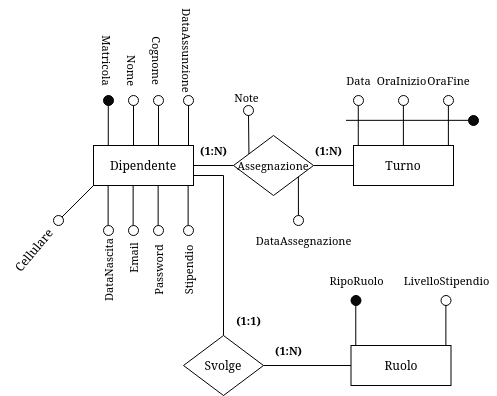
Earlier version of the draw.io export fase_due/images/rifinitura_dipendente.png (IonutZbir/ProgettoDatabase). Source tidied: cells renumbered, new cells last; positions are measured from the earlier drawing's top-left corner, leaving out a move shared by most shapes.
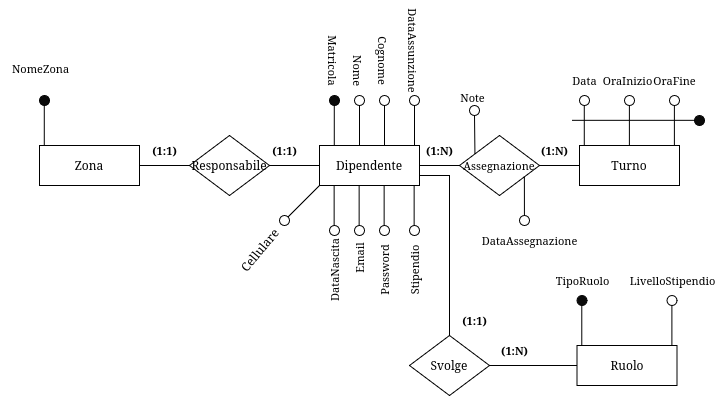
The same file after the commit.

The edit, as a diff of the source:
```diff
@@ -2,6 +2,9 @@
   <root>
     <mxCell id="0" />
     <mxCell id="1" parent="0" />
+    <mxCell id="65" style="edgeStyle=orthogonalEdgeStyle;rounded=0;jettySize=auto;html=1;entryX=1;entryY=0.5;entryDx=0;entryDy=0;endArrow=none;startFill=0;" parent="1" edge="1" source="2" target="68">
+      <mxGeometry relative="1" as="geometry" />
+    </mxCell>
     <mxCell id="2" value="Dipendente" style="whiteSpace=wrap;html=1;align=center;" parent="1" vertex="1">
       <mxGeometry x="95" y="110" width="100" height="40" as="geometry" />
     </mxCell>
@@ -49,7 +52,7 @@
     <mxCell id="13" style="ellipse;whiteSpace=wrap;html=1;fontFamily=Helvetica;fontSize=11;fontColor=default;labelBackgroundColor=default;fillColor=#0A0A0A;" parent="1" vertex="1">
       <mxGeometry x="352.5" y="260" width="10" height="10" as="geometry" />
     </mxCell>
-    <mxCell id="14" value="RipoRuolo" style="text;html=1;align=center;verticalAlign=middle;strokeColor=none;fillColor=none;fontFamily=Helvetica;fontSize=11;fontColor=default;labelBackgroundColor=default;" parent="1" vertex="1">
+    <mxCell id="14" value="TipoRuolo" style="text;html=1;align=center;verticalAlign=middle;strokeColor=none;fillColor=none;fontFamily=Helvetica;fontSize=11;fontColor=default;labelBackgroundColor=default;" parent="1" vertex="1">
       <mxGeometry x="317.5" y="230" width="80" height="30" as="geometry" />
     </mxCell>
     <mxCell id="15" style="edgeStyle=none;shape=connector;rounded=0;orthogonalLoop=1;jettySize=auto;html=1;strokeColor=default;align=center;verticalAlign=middle;fontFamily=Helvetica;fontSize=11;fontColor=default;labelBackgroundColor=default;endArrow=none;" parent="1" edge="1">
@@ -244,5 +247,32 @@
     <mxCell id="64" style="ellipse;whiteSpace=wrap;html=1;fontFamily=Helvetica;fontSize=11;fontColor=default;labelBackgroundColor=default;fillColor=#0A0A0A;" parent="1" vertex="1">
       <mxGeometry x="470" y="80" width="10" height="10" as="geometry" />
     </mxCell>
+    <mxCell id="66" value="Zona" style="whiteSpace=wrap;html=1;align=center;" parent="1" vertex="1">
+      <mxGeometry x="-185" y="110" width="100" height="40" as="geometry" />
+    </mxCell>
+    <mxCell id="67" style="edgeStyle=orthogonalEdgeStyle;shape=connector;rounded=0;jettySize=auto;html=1;entryX=1;entryY=0.5;entryDx=0;entryDy=0;strokeColor=default;align=center;verticalAlign=middle;fontFamily=Helvetica;fontSize=11;fontColor=default;labelBackgroundColor=default;startFill=0;endArrow=none;" parent="1" edge="1" source="68" target="66">
+      <mxGeometry relative="1" as="geometry" />
+    </mxCell>
+    <mxCell id="68" value="Responsabile" style="shape=rhombus;perimeter=rhombusPerimeter;whiteSpace=wrap;html=1;align=center;" parent="1" vertex="1">
+      <mxGeometry x="-35" y="100" width="80" height="60" as="geometry" />
+    </mxCell>
+    <mxCell id="69" value="(1:1)" style="text;html=1;align=center;verticalAlign=middle;strokeColor=none;fillColor=none;fontFamily=Helvetica;fontSize=11;fontColor=default;labelBackgroundColor=default;fontStyle=1;" parent="1" vertex="1">
+      <mxGeometry x="-85" y="100" width="50" height="30" as="geometry" />
+    </mxCell>
+    <mxCell id="70" value="(1:1)" style="text;html=1;align=center;verticalAlign=middle;strokeColor=none;fillColor=none;fontFamily=Helvetica;fontSize=11;fontColor=default;labelBackgroundColor=default;fontStyle=1;" parent="1" vertex="1">
+      <mxGeometry x="35" y="100" width="50" height="30" as="geometry" />
+    </mxCell>
+    <mxCell id="71" style="edgeStyle=none;shape=connector;rounded=0;orthogonalLoop=1;jettySize=auto;html=1;strokeColor=default;align=center;verticalAlign=middle;fontFamily=Helvetica;fontSize=11;fontColor=default;labelBackgroundColor=default;endArrow=none;" parent="1" edge="1">
+      <mxGeometry relative="1" as="geometry">
+        <mxPoint x="-180.2" y="110" as="sourcePoint" />
+        <mxPoint x="-180.2" y="70" as="targetPoint" />
+      </mxGeometry>
+    </mxCell>
+    <mxCell id="72" style="ellipse;whiteSpace=wrap;html=1;fontFamily=Helvetica;fontSize=11;fontColor=default;labelBackgroundColor=default;fillColor=#0A0A0A;" parent="1" vertex="1">
+      <mxGeometry x="-185" y="60" width="10" height="10" as="geometry" />
+    </mxCell>
+    <mxCell id="73" value="NomeZona" style="text;html=1;align=center;verticalAlign=middle;strokeColor=none;fillColor=none;fontFamily=Helvetica;fontSize=11;fontColor=default;labelBackgroundColor=default;" parent="1" vertex="1">
+      <mxGeometry x="-224" y="18" width="80" height="30" as="geometry" />
+    </mxCell>
   </root>
 </mxGraphModel>
```
